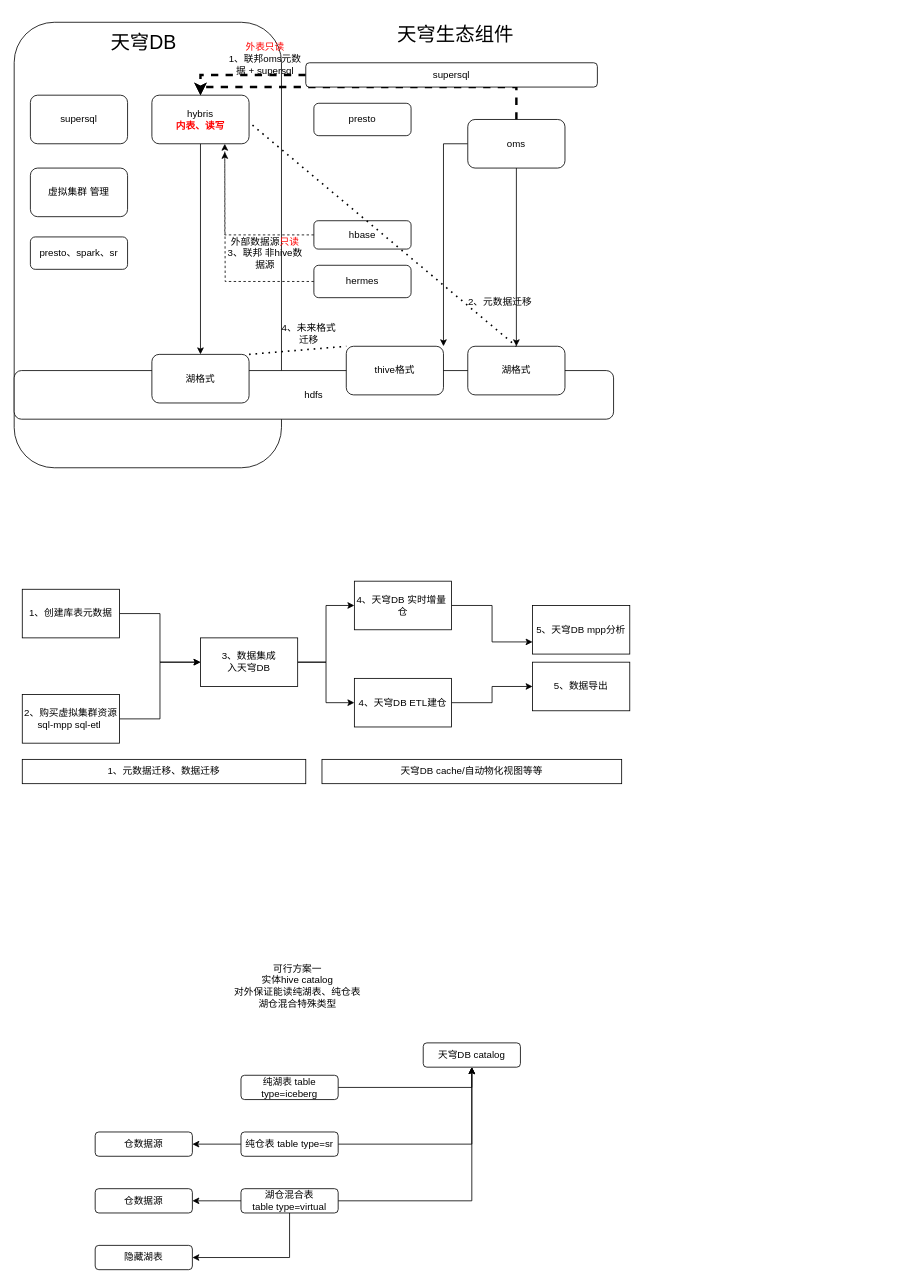
Before: 天穹db.drawio in yuhuali1989/ui, a draw.io diagram. Source tidied: cells renumbered, new cells numbered last; positions are measured from the earlier drawing's top-left corner, leaving out a move shared by most shapes. Both pictures are drawn from the tidied source at 81%, with x=0, y=0 at pixel (14, 14).
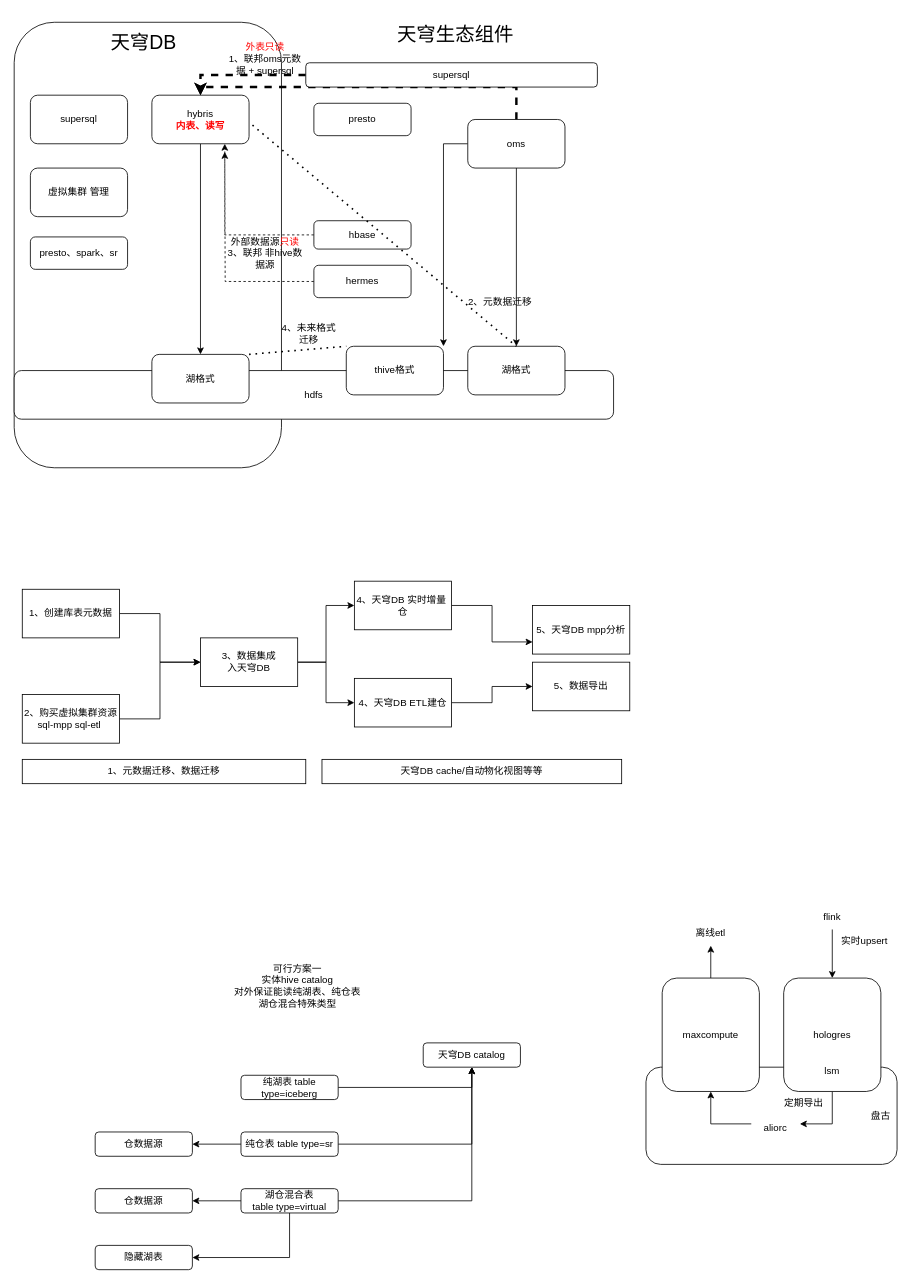
The same diagram, later.

The edit, as a diff of the source:
```diff
@@
+    <mxCell id="60" style="rounded=1;whiteSpace=wrap;html=1;" parent="1" vertex="1">
+      <mxGeometry x="780" y="1300" width="310" height="120" as="geometry" />
+    </mxCell>
@@
+    <mxCell id="61" style="edgeStyle=orthogonalEdgeStyle;rounded=0;jettySize=auto;html=1;" parent="1" edge="1" source="62" target="71">
+      <mxGeometry relative="1" as="geometry" />
+    </mxCell>
+    <mxCell id="62" value="maxcompute" style="rounded=1;whiteSpace=wrap;html=1;" parent="1" vertex="1">
+      <mxGeometry x="800" y="1190" width="120" height="140" as="geometry" />
+    </mxCell>
+    <mxCell id="63" style="edgeStyle=orthogonalEdgeStyle;rounded=0;jettySize=auto;html=1;" parent="1" edge="1" source="64" target="68">
+      <mxGeometry relative="1" as="geometry">
+        <Array as="points">
+          <mxPoint x="1010" y="1370" />
+        </Array>
+      </mxGeometry>
+    </mxCell>
+    <mxCell id="64" value="hologres" style="rounded=1;whiteSpace=wrap;html=1;" parent="1" vertex="1">
+      <mxGeometry x="950" y="1190" width="120" height="140" as="geometry" />
+    </mxCell>
+    <mxCell id="65" style="edgeStyle=orthogonalEdgeStyle;rounded=0;jettySize=auto;html=1;" parent="1" edge="1" source="66" target="64">
+      <mxGeometry relative="1" as="geometry" />
+    </mxCell>
+    <mxCell id="66" value="flink" style="text;html=1;strokeColor=none;fillColor=none;align=center;verticalAlign=middle;whiteSpace=wrap;rounded=0;" parent="1" vertex="1">
+      <mxGeometry x="980" y="1100" width="60" height="30" as="geometry" />
+    </mxCell>
+    <mxCell id="67" style="edgeStyle=orthogonalEdgeStyle;rounded=0;jettySize=auto;html=1;entryX=0.5;entryY=1;entryDx=0;entryDy=0;" parent="1" edge="1" source="68" target="62">
+      <mxGeometry relative="1" as="geometry">
+        <Array as="points">
+          <mxPoint x="860" y="1370" />
+        </Array>
+      </mxGeometry>
+    </mxCell>
+    <mxCell id="68" value="aliorc" style="text;html=1;strokeColor=none;fillColor=none;align=center;verticalAlign=middle;whiteSpace=wrap;rounded=0;" parent="1" vertex="1">
+      <mxGeometry x="910" y="1360" width="60" height="30" as="geometry" />
+    </mxCell>
+    <mxCell id="69" value="定期导出" style="text;html=1;strokeColor=none;fillColor=none;align=center;verticalAlign=middle;whiteSpace=wrap;rounded=0;" parent="1" vertex="1">
+      <mxGeometry x="940" y="1330" width="70" height="30" as="geometry" />
+    </mxCell>
+    <mxCell id="70" value="实时upsert" style="text;html=1;strokeColor=none;fillColor=none;align=center;verticalAlign=middle;whiteSpace=wrap;rounded=0;" parent="1" vertex="1">
+      <mxGeometry x="1020" y="1130" width="60" height="30" as="geometry" />
+    </mxCell>
+    <mxCell id="71" value="离线etl" style="text;html=1;strokeColor=none;fillColor=none;align=center;verticalAlign=middle;whiteSpace=wrap;rounded=0;" parent="1" vertex="1">
+      <mxGeometry x="830" y="1120" width="60" height="30" as="geometry" />
+    </mxCell>
+    <mxCell id="72" value="盘古" style="text;html=1;strokeColor=none;fillColor=none;align=center;verticalAlign=middle;whiteSpace=wrap;rounded=0;" parent="1" vertex="1">
+      <mxGeometry x="1040" y="1345" width="60" height="30" as="geometry" />
+    </mxCell>
+    <mxCell id="73" value="lsm" style="text;html=1;strokeColor=none;fillColor=none;align=center;verticalAlign=middle;whiteSpace=wrap;rounded=0;" parent="1" vertex="1">
+      <mxGeometry x="980" y="1290" width="60" height="30" as="geometry" />
+    </mxCell>
```
